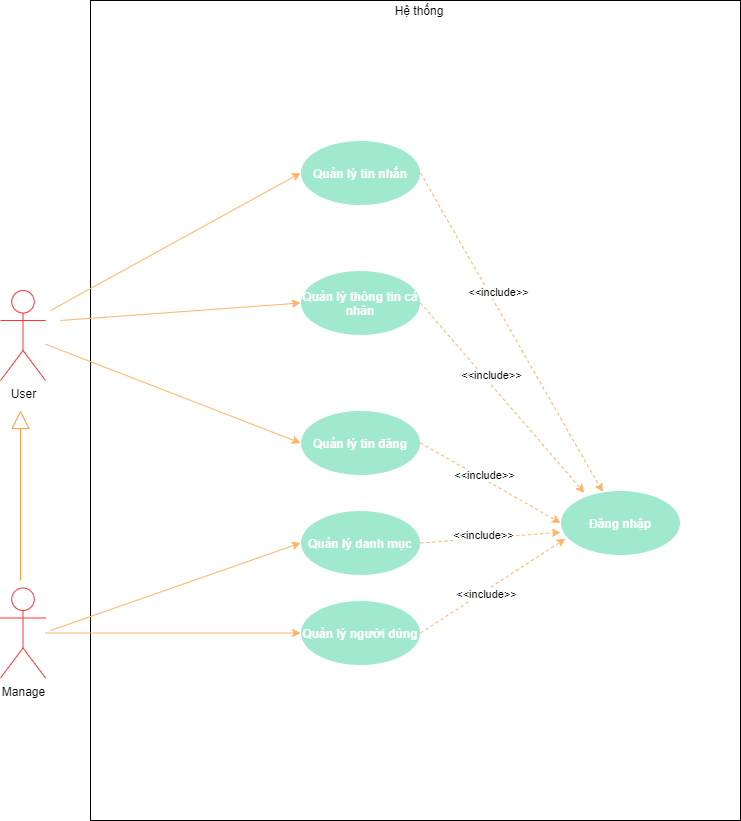
The draw.io diagram IMAGE/USERCASESYSTEM.png in datmeo186305/DATN, before a commit. Source tidied: cells renumbered, new cells last; positions are measured from the earlier drawing's top-left corner, leaving out a move shared by most shapes. The source it was exported from:
```xml
<mxGraphModel>
  <root>
    <mxCell id="0" />
    <mxCell id="1" parent="0" />
    <mxCell id="2" style="rounded=0;whiteSpace=wrap;html=1;fillColor=none;" parent="1" vertex="1">
      <mxGeometry x="90" width="650" height="820" as="geometry" />
    </mxCell>
    <mxCell id="3" value="User" style="shape=umlActor;verticalLabelPosition=bottom;labelBackgroundColor=#ffffff;verticalAlign=top;html=1;outlineConnect=0;strokeColor=#FF3333;" parent="1" vertex="1">
      <mxGeometry y="290" width="45" height="90" as="geometry" />
    </mxCell>
    <mxCell id="4" value="Manage" style="shape=umlActor;verticalLabelPosition=bottom;labelBackgroundColor=#ffffff;verticalAlign=top;html=1;outlineConnect=0;strokeColor=#FF3333;" parent="1" vertex="1">
      <mxGeometry y="587.5" width="45" height="90" as="geometry" />
    </mxCell>
    <mxCell id="5" value="&lt;font color=&quot;#ffffff&quot;&gt;&lt;b&gt;Đăng nhập&lt;br&gt;&lt;/b&gt;&lt;/font&gt;" style="ellipse;whiteSpace=wrap;html=1;strokeColor=#FFFFFF;fillColor=#A0E8CE;" parent="1" vertex="1">
      <mxGeometry x="560" y="490" width="120" height="65" as="geometry" />
    </mxCell>
    <mxCell id="6" value="&lt;font color=&quot;#ffffff&quot;&gt;&lt;b&gt;Quản lý tin đăng&lt;br&gt;&lt;/b&gt;&lt;/font&gt;" style="ellipse;whiteSpace=wrap;html=1;strokeColor=#FFFFFF;fillColor=#A0E8CE;" parent="1" vertex="1">
      <mxGeometry x="300" y="410" width="120" height="65" as="geometry" />
    </mxCell>
    <mxCell id="7" value="&lt;font color=&quot;#ffffff&quot;&gt;&lt;b&gt;Quản lý danh mục&lt;/b&gt;&lt;/font&gt;" style="ellipse;whiteSpace=wrap;html=1;strokeColor=#FFFFFF;fillColor=#A0E8CE;" parent="1" vertex="1">
      <mxGeometry x="300" y="510" width="120" height="65" as="geometry" />
    </mxCell>
    <mxCell id="8" value="&lt;font color=&quot;#ffffff&quot;&gt;&lt;b&gt;Quản lý người dùng&lt;/b&gt;&lt;/font&gt;" style="ellipse;whiteSpace=wrap;html=1;strokeColor=#FFFFFF;fillColor=#A0E8CE;" parent="1" vertex="1">
      <mxGeometry x="300" y="600" width="120" height="65" as="geometry" />
    </mxCell>
    <mxCell id="9" style="endArrow=classic;html=1;entryX=0;entryY=0.5;entryDx=0;entryDy=0;strokeColor=#FFB366;" parent="1" edge="1" source="3" target="6">
      <mxGeometry relative="1" as="geometry" />
    </mxCell>
    <mxCell id="10" style="endArrow=classic;html=1;entryX=0;entryY=0.5;entryDx=0;entryDy=0;strokeColor=#FFB366;" parent="1" edge="1" target="7">
      <mxGeometry relative="1" as="geometry">
        <mxPoint x="50" y="630" as="sourcePoint" />
      </mxGeometry>
    </mxCell>
    <mxCell id="11" style="endArrow=classic;html=1;entryX=0;entryY=0.5;entryDx=0;entryDy=0;strokeColor=#FFB366;" parent="1" edge="1" source="4" target="8">
      <mxGeometry relative="1" as="geometry" />
    </mxCell>
    <mxCell id="12" style="endArrow=block;endSize=16;endFill=0;html=1;strokeColor=#FF9933;" parent="1" edge="1">
      <mxGeometry relative="1" as="geometry">
        <mxPoint x="20" y="580" as="sourcePoint" />
        <mxPoint x="20" y="410" as="targetPoint" />
      </mxGeometry>
    </mxCell>
    <mxCell id="13" style="endArrow=classic;html=1;strokeColor=#FFB366;exitX=1;exitY=0.5;exitDx=0;exitDy=0;entryX=0;entryY=0.5;entryDx=0;entryDy=0;dashed=1;" parent="1" edge="1" source="6" target="5">
      <mxGeometry relative="1" as="geometry" />
    </mxCell>
    <mxCell id="14" value="&amp;lt;&amp;lt;include&amp;gt;&amp;gt;" style="edgeLabel;html=1;align=center;verticalAlign=middle;" parent="13" vertex="1">
      <mxGeometry x="-0.26" y="-4" relative="1" as="geometry">
        <mxPoint x="13.1" y="-1" as="offset" />
      </mxGeometry>
    </mxCell>
    <mxCell id="15" style="endArrow=classic;html=1;strokeColor=#FFB366;exitX=1;exitY=0.5;exitDx=0;exitDy=0;entryX=0;entryY=0.643;entryDx=0;entryDy=0;dashed=1;entryPerimeter=0;" parent="1" edge="1" source="7" target="5">
      <mxGeometry relative="1" as="geometry" />
    </mxCell>
    <mxCell id="16" value="&amp;lt;&amp;lt;include&amp;gt;&amp;gt;" style="edgeLabel;html=1;align=center;verticalAlign=middle;" parent="15" vertex="1">
      <mxGeometry x="-0.26" y="-4" relative="1" as="geometry">
        <mxPoint x="10" y="-7.6" as="offset" />
      </mxGeometry>
    </mxCell>
    <mxCell id="17" style="endArrow=classic;html=1;strokeColor=#FFB366;exitX=1;exitY=0.5;exitDx=0;exitDy=0;entryX=0.04;entryY=0.742;entryDx=0;entryDy=0;dashed=1;entryPerimeter=0;" parent="1" edge="1" source="8" target="5">
      <mxGeometry relative="1" as="geometry" />
    </mxCell>
    <mxCell id="18" value="&amp;lt;&amp;lt;include&amp;gt;&amp;gt;" style="edgeLabel;html=1;align=center;verticalAlign=middle;" parent="17" vertex="1">
      <mxGeometry x="-0.26" y="-4" relative="1" as="geometry">
        <mxPoint x="10" y="-7.6" as="offset" />
      </mxGeometry>
    </mxCell>
    <mxCell id="19" value="&lt;font color=&quot;#ffffff&quot;&gt;&lt;b&gt;Quản lý thông tin cá nhân&lt;/b&gt;&lt;/font&gt;" style="ellipse;whiteSpace=wrap;html=1;strokeColor=#FFFFFF;fillColor=#A0E8CE;" parent="1" vertex="1">
      <mxGeometry x="300" y="270" width="120" height="65" as="geometry" />
    </mxCell>
    <mxCell id="20" style="endArrow=classic;html=1;entryX=0;entryY=0.5;entryDx=0;entryDy=0;strokeColor=#FFB366;" parent="1" edge="1" target="19">
      <mxGeometry relative="1" as="geometry">
        <mxPoint x="60" y="320" as="sourcePoint" />
      </mxGeometry>
    </mxCell>
    <mxCell id="21" value="&lt;font color=&quot;#ffffff&quot;&gt;&lt;b&gt;Quản lý tin nhắn&lt;/b&gt;&lt;/font&gt;" style="ellipse;whiteSpace=wrap;html=1;strokeColor=#FFFFFF;fillColor=#A0E8CE;" parent="1" vertex="1">
      <mxGeometry x="300" y="140" width="120" height="65" as="geometry" />
    </mxCell>
    <mxCell id="22" style="endArrow=classic;html=1;entryX=0;entryY=0.5;entryDx=0;entryDy=0;strokeColor=#FFB366;" parent="1" edge="1" target="21">
      <mxGeometry relative="1" as="geometry">
        <mxPoint x="50" y="310" as="sourcePoint" />
      </mxGeometry>
    </mxCell>
    <mxCell id="23" style="endArrow=classic;html=1;strokeColor=#FFB366;exitX=1;exitY=0.5;exitDx=0;exitDy=0;dashed=1;" parent="1" edge="1" source="21" target="5">
      <mxGeometry relative="1" as="geometry" />
    </mxCell>
    <mxCell id="24" value="&amp;lt;&amp;lt;include&amp;gt;&amp;gt;" style="edgeLabel;html=1;align=center;verticalAlign=middle;" parent="23" vertex="1">
      <mxGeometry x="-0.26" y="-4" relative="1" as="geometry">
        <mxPoint x="13.1" y="-1" as="offset" />
      </mxGeometry>
    </mxCell>
    <mxCell id="25" style="endArrow=classic;html=1;strokeColor=#FFB366;exitX=1;exitY=0.5;exitDx=0;exitDy=0;dashed=1;entryX=0.198;entryY=0.035;entryDx=0;entryDy=0;entryPerimeter=0;" parent="1" edge="1" source="19" target="5">
      <mxGeometry relative="1" as="geometry" />
    </mxCell>
    <mxCell id="26" value="&amp;lt;&amp;lt;include&amp;gt;&amp;gt;" style="edgeLabel;html=1;align=center;verticalAlign=middle;" parent="25" vertex="1">
      <mxGeometry x="-0.26" y="-4" relative="1" as="geometry">
        <mxPoint x="13.1" y="-1" as="offset" />
      </mxGeometry>
    </mxCell>
    <mxCell id="27" value="Hệ thống" style="text;html=1;strokeColor=none;fillColor=none;align=center;verticalAlign=middle;whiteSpace=wrap;rounded=0;" parent="1" vertex="1">
      <mxGeometry x="374" width="90" height="20" as="geometry" />
    </mxCell>
  </root>
</mxGraphModel>
```
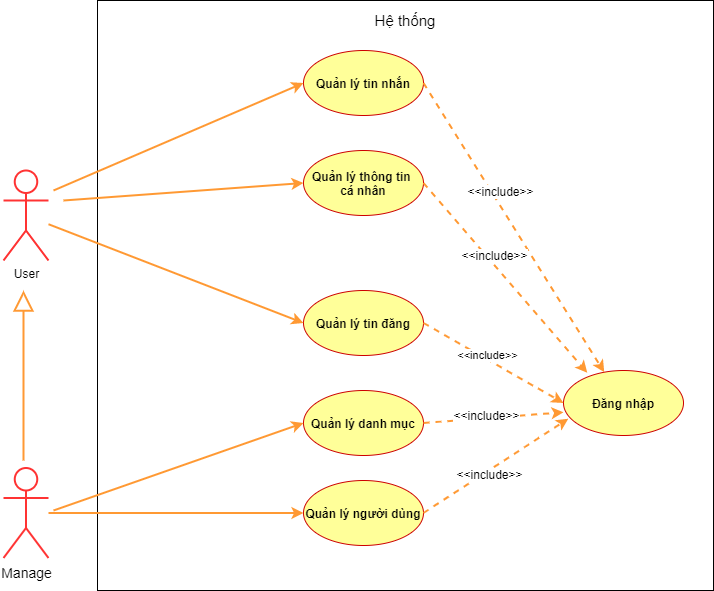
The same diagram one commit later.

The edit, as a diff of the source:
```diff
@@ -3,44 +3,44 @@
     <mxCell id="0" />
     <mxCell id="1" parent="0" />
     <mxCell id="2" style="rounded=0;whiteSpace=wrap;html=1;fillColor=none;" parent="1" vertex="1">
-      <mxGeometry x="90" width="650" height="820" as="geometry" />
+      <mxGeometry x="94" y="120" width="616" height="590" as="geometry" />
     </mxCell>
-    <mxCell id="3" value="User" style="shape=umlActor;verticalLabelPosition=bottom;labelBackgroundColor=#ffffff;verticalAlign=top;html=1;outlineConnect=0;strokeColor=#FF3333;" parent="1" vertex="1">
+    <mxCell id="3" value="User" style="shape=umlActor;verticalLabelPosition=bottom;labelBackgroundColor=#ffffff;verticalAlign=top;html=1;outlineConnect=0;strokeColor=#FF3333;strokeWidth=2;" parent="1" vertex="1">
       <mxGeometry y="290" width="45" height="90" as="geometry" />
     </mxCell>
-    <mxCell id="4" value="Manage" style="shape=umlActor;verticalLabelPosition=bottom;labelBackgroundColor=#ffffff;verticalAlign=top;html=1;outlineConnect=0;strokeColor=#FF3333;" parent="1" vertex="1">
+    <mxCell id="4" value="&lt;font style=&quot;font-size: 14px&quot;&gt;Manage&lt;/font&gt;" style="shape=umlActor;verticalLabelPosition=bottom;labelBackgroundColor=#ffffff;verticalAlign=top;html=1;outlineConnect=0;strokeColor=#FF3333;strokeWidth=2;" parent="1" vertex="1">
       <mxGeometry y="587.5" width="45" height="90" as="geometry" />
     </mxCell>
-    <mxCell id="5" value="&lt;font color=&quot;#ffffff&quot;&gt;&lt;b&gt;Đăng nhập&lt;br&gt;&lt;/b&gt;&lt;/font&gt;" style="ellipse;whiteSpace=wrap;html=1;strokeColor=#FFFFFF;fillColor=#A0E8CE;" parent="1" vertex="1">
+    <mxCell id="5" value="&lt;b&gt;Đăng nhập&lt;br&gt;&lt;/b&gt;" style="ellipse;whiteSpace=wrap;html=1;fillColor=#FFFF99;strokeColor=#CC0000;" parent="1" vertex="1">
       <mxGeometry x="560" y="490" width="120" height="65" as="geometry" />
     </mxCell>
-    <mxCell id="6" value="&lt;font color=&quot;#ffffff&quot;&gt;&lt;b&gt;Quản lý tin đăng&lt;br&gt;&lt;/b&gt;&lt;/font&gt;" style="ellipse;whiteSpace=wrap;html=1;strokeColor=#FFFFFF;fillColor=#A0E8CE;" parent="1" vertex="1">
+    <mxCell id="6" value="&lt;b&gt;Quản lý tin đăng&lt;br&gt;&lt;/b&gt;" style="ellipse;whiteSpace=wrap;html=1;fillColor=#FFFF99;strokeColor=#CC0000;" parent="1" vertex="1">
       <mxGeometry x="300" y="410" width="120" height="65" as="geometry" />
     </mxCell>
-    <mxCell id="7" value="&lt;font color=&quot;#ffffff&quot;&gt;&lt;b&gt;Quản lý danh mục&lt;/b&gt;&lt;/font&gt;" style="ellipse;whiteSpace=wrap;html=1;strokeColor=#FFFFFF;fillColor=#A0E8CE;" parent="1" vertex="1">
+    <mxCell id="7" value="&lt;b&gt;Quản lý danh mục&lt;/b&gt;" style="ellipse;whiteSpace=wrap;html=1;fillColor=#FFFF99;strokeColor=#CC0000;" parent="1" vertex="1">
       <mxGeometry x="300" y="510" width="120" height="65" as="geometry" />
     </mxCell>
-    <mxCell id="8" value="&lt;font color=&quot;#ffffff&quot;&gt;&lt;b&gt;Quản lý người dùng&lt;/b&gt;&lt;/font&gt;" style="ellipse;whiteSpace=wrap;html=1;strokeColor=#FFFFFF;fillColor=#A0E8CE;" parent="1" vertex="1">
+    <mxCell id="8" value="&lt;b&gt;Quản lý người dùng&lt;/b&gt;" style="ellipse;whiteSpace=wrap;html=1;fillColor=#FFFF99;strokeColor=#CC0000;" parent="1" vertex="1">
       <mxGeometry x="300" y="600" width="120" height="65" as="geometry" />
     </mxCell>
-    <mxCell id="9" style="endArrow=classic;html=1;entryX=0;entryY=0.5;entryDx=0;entryDy=0;strokeColor=#FFB366;" parent="1" edge="1" source="3" target="6">
+    <mxCell id="9" style="endArrow=classic;html=1;entryX=0;entryY=0.5;entryDx=0;entryDy=0;strokeWidth=2;strokeColor=#FF9933;" parent="1" edge="1" source="3" target="6">
       <mxGeometry relative="1" as="geometry" />
     </mxCell>
-    <mxCell id="10" style="endArrow=classic;html=1;entryX=0;entryY=0.5;entryDx=0;entryDy=0;strokeColor=#FFB366;" parent="1" edge="1" target="7">
+    <mxCell id="10" style="endArrow=classic;html=1;entryX=0;entryY=0.5;entryDx=0;entryDy=0;strokeWidth=2;strokeColor=#FF9933;" parent="1" edge="1" target="7">
       <mxGeometry relative="1" as="geometry">
         <mxPoint x="50" y="630" as="sourcePoint" />
       </mxGeometry>
     </mxCell>
-    <mxCell id="11" style="endArrow=classic;html=1;entryX=0;entryY=0.5;entryDx=0;entryDy=0;strokeColor=#FFB366;" parent="1" edge="1" source="4" target="8">
+    <mxCell id="11" style="endArrow=classic;html=1;entryX=0;entryY=0.5;entryDx=0;entryDy=0;strokeWidth=2;strokeColor=#FF9933;" parent="1" edge="1" source="4" target="8">
       <mxGeometry relative="1" as="geometry" />
     </mxCell>
-    <mxCell id="12" style="endArrow=block;endSize=16;endFill=0;html=1;strokeColor=#FF9933;" parent="1" edge="1">
+    <mxCell id="12" style="endArrow=block;endSize=16;endFill=0;html=1;strokeWidth=2;strokeColor=#FF9933;" parent="1" edge="1">
       <mxGeometry relative="1" as="geometry">
         <mxPoint x="20" y="580" as="sourcePoint" />
         <mxPoint x="20" y="410" as="targetPoint" />
       </mxGeometry>
     </mxCell>
-    <mxCell id="13" style="endArrow=classic;html=1;strokeColor=#FFB366;exitX=1;exitY=0.5;exitDx=0;exitDy=0;entryX=0;entryY=0.5;entryDx=0;entryDy=0;dashed=1;" parent="1" edge="1" source="6" target="5">
+    <mxCell id="13" style="endArrow=classic;html=1;exitX=1;exitY=0.5;exitDx=0;exitDy=0;entryX=0;entryY=0.5;entryDx=0;entryDy=0;dashed=1;strokeWidth=2;strokeColor=#FF9933;" parent="1" edge="1" source="6" target="5">
       <mxGeometry relative="1" as="geometry" />
     </mxCell>
     <mxCell id="14" value="&amp;lt;&amp;lt;include&amp;gt;&amp;gt;" style="edgeLabel;html=1;align=center;verticalAlign=middle;" parent="13" vertex="1">
@@ -48,56 +48,56 @@
         <mxPoint x="13.1" y="-1" as="offset" />
       </mxGeometry>
     </mxCell>
-    <mxCell id="15" style="endArrow=classic;html=1;strokeColor=#FFB366;exitX=1;exitY=0.5;exitDx=0;exitDy=0;entryX=0;entryY=0.643;entryDx=0;entryDy=0;dashed=1;entryPerimeter=0;" parent="1" edge="1" source="7" target="5">
+    <mxCell id="15" style="endArrow=classic;html=1;exitX=1;exitY=0.5;exitDx=0;exitDy=0;entryX=0;entryY=0.643;entryDx=0;entryDy=0;dashed=1;entryPerimeter=0;strokeWidth=2;strokeColor=#FF9933;" parent="1" edge="1" source="7" target="5">
       <mxGeometry relative="1" as="geometry" />
     </mxCell>
-    <mxCell id="16" value="&amp;lt;&amp;lt;include&amp;gt;&amp;gt;" style="edgeLabel;html=1;align=center;verticalAlign=middle;" parent="15" vertex="1">
+    <mxCell id="16" value="&lt;font style=&quot;font-size: 12px&quot;&gt;&amp;lt;&amp;lt;include&amp;gt;&amp;gt;&lt;/font&gt;" style="edgeLabel;html=1;align=center;verticalAlign=middle;" parent="15" vertex="1">
       <mxGeometry x="-0.26" y="-4" relative="1" as="geometry">
         <mxPoint x="10" y="-7.6" as="offset" />
       </mxGeometry>
     </mxCell>
-    <mxCell id="17" style="endArrow=classic;html=1;strokeColor=#FFB366;exitX=1;exitY=0.5;exitDx=0;exitDy=0;entryX=0.04;entryY=0.742;entryDx=0;entryDy=0;dashed=1;entryPerimeter=0;" parent="1" edge="1" source="8" target="5">
+    <mxCell id="17" style="endArrow=classic;html=1;exitX=1;exitY=0.5;exitDx=0;exitDy=0;entryX=0.04;entryY=0.742;entryDx=0;entryDy=0;dashed=1;entryPerimeter=0;strokeWidth=2;strokeColor=#FF9933;" parent="1" edge="1" source="8" target="5">
       <mxGeometry relative="1" as="geometry" />
     </mxCell>
-    <mxCell id="18" value="&amp;lt;&amp;lt;include&amp;gt;&amp;gt;" style="edgeLabel;html=1;align=center;verticalAlign=middle;" parent="17" vertex="1">
+    <mxCell id="18" value="&lt;font style=&quot;font-size: 12px&quot;&gt;&amp;lt;&amp;lt;include&amp;gt;&amp;gt;&lt;/font&gt;" style="edgeLabel;html=1;align=center;verticalAlign=middle;" parent="17" vertex="1">
       <mxGeometry x="-0.26" y="-4" relative="1" as="geometry">
         <mxPoint x="10" y="-7.6" as="offset" />
       </mxGeometry>
     </mxCell>
-    <mxCell id="19" value="&lt;font color=&quot;#ffffff&quot;&gt;&lt;b&gt;Quản lý thông tin cá nhân&lt;/b&gt;&lt;/font&gt;" style="ellipse;whiteSpace=wrap;html=1;strokeColor=#FFFFFF;fillColor=#A0E8CE;" parent="1" vertex="1">
+    <mxCell id="19" value="&lt;b&gt;Quản lý thông tin &lt;br&gt;cá nhân&lt;/b&gt;" style="ellipse;whiteSpace=wrap;html=1;fillColor=#FFFF99;strokeColor=#CC0000;" parent="1" vertex="1">
       <mxGeometry x="300" y="270" width="120" height="65" as="geometry" />
     </mxCell>
-    <mxCell id="20" style="endArrow=classic;html=1;entryX=0;entryY=0.5;entryDx=0;entryDy=0;strokeColor=#FFB366;" parent="1" edge="1" target="19">
+    <mxCell id="20" style="endArrow=classic;html=1;entryX=0;entryY=0.5;entryDx=0;entryDy=0;strokeWidth=2;strokeColor=#FF9933;" parent="1" edge="1" target="19">
       <mxGeometry relative="1" as="geometry">
         <mxPoint x="60" y="320" as="sourcePoint" />
       </mxGeometry>
     </mxCell>
-    <mxCell id="21" value="&lt;font color=&quot;#ffffff&quot;&gt;&lt;b&gt;Quản lý tin nhắn&lt;/b&gt;&lt;/font&gt;" style="ellipse;whiteSpace=wrap;html=1;strokeColor=#FFFFFF;fillColor=#A0E8CE;" parent="1" vertex="1">
-      <mxGeometry x="300" y="140" width="120" height="65" as="geometry" />
+    <mxCell id="21" value="&lt;b&gt;Quản lý tin nhắn&lt;/b&gt;" style="ellipse;whiteSpace=wrap;html=1;fillColor=#FFFF99;strokeColor=#CC0000;" parent="1" vertex="1">
+      <mxGeometry x="300" y="170" width="120" height="65" as="geometry" />
     </mxCell>
-    <mxCell id="22" style="endArrow=classic;html=1;entryX=0;entryY=0.5;entryDx=0;entryDy=0;strokeColor=#FFB366;" parent="1" edge="1" target="21">
+    <mxCell id="22" style="endArrow=classic;html=1;entryX=0;entryY=0.5;entryDx=0;entryDy=0;strokeWidth=2;strokeColor=#FF9933;" parent="1" edge="1" target="21">
       <mxGeometry relative="1" as="geometry">
         <mxPoint x="50" y="310" as="sourcePoint" />
       </mxGeometry>
     </mxCell>
-    <mxCell id="23" style="endArrow=classic;html=1;strokeColor=#FFB366;exitX=1;exitY=0.5;exitDx=0;exitDy=0;dashed=1;" parent="1" edge="1" source="21" target="5">
+    <mxCell id="23" style="endArrow=classic;html=1;exitX=1;exitY=0.5;exitDx=0;exitDy=0;dashed=1;strokeWidth=2;strokeColor=#FF9933;" parent="1" edge="1" source="21" target="5">
       <mxGeometry relative="1" as="geometry" />
     </mxCell>
-    <mxCell id="24" value="&amp;lt;&amp;lt;include&amp;gt;&amp;gt;" style="edgeLabel;html=1;align=center;verticalAlign=middle;" parent="23" vertex="1">
+    <mxCell id="24" value="&lt;font style=&quot;font-size: 12px&quot;&gt;&amp;lt;&amp;lt;include&amp;gt;&amp;gt;&lt;/font&gt;" style="edgeLabel;html=1;align=center;verticalAlign=middle;" parent="23" vertex="1">
       <mxGeometry x="-0.26" y="-4" relative="1" as="geometry">
         <mxPoint x="13.1" y="-1" as="offset" />
       </mxGeometry>
     </mxCell>
-    <mxCell id="25" style="endArrow=classic;html=1;strokeColor=#FFB366;exitX=1;exitY=0.5;exitDx=0;exitDy=0;dashed=1;entryX=0.198;entryY=0.035;entryDx=0;entryDy=0;entryPerimeter=0;" parent="1" edge="1" source="19" target="5">
+    <mxCell id="25" style="endArrow=classic;html=1;exitX=1;exitY=0.5;exitDx=0;exitDy=0;dashed=1;entryX=0.198;entryY=0.035;entryDx=0;entryDy=0;entryPerimeter=0;strokeWidth=2;strokeColor=#FF9933;" parent="1" edge="1" source="19" target="5">
       <mxGeometry relative="1" as="geometry" />
     </mxCell>
-    <mxCell id="26" value="&amp;lt;&amp;lt;include&amp;gt;&amp;gt;" style="edgeLabel;html=1;align=center;verticalAlign=middle;" parent="25" vertex="1">
+    <mxCell id="26" value="&lt;font style=&quot;font-size: 12px&quot;&gt;&amp;lt;&amp;lt;include&amp;gt;&amp;gt;&lt;/font&gt;" style="edgeLabel;html=1;align=center;verticalAlign=middle;" parent="25" vertex="1">
       <mxGeometry x="-0.26" y="-4" relative="1" as="geometry">
         <mxPoint x="13.1" y="-1" as="offset" />
       </mxGeometry>
     </mxCell>
-    <mxCell id="27" value="Hệ thống" style="text;html=1;strokeColor=none;fillColor=none;align=center;verticalAlign=middle;whiteSpace=wrap;rounded=0;" parent="1" vertex="1">
-      <mxGeometry x="374" width="90" height="20" as="geometry" />
+    <mxCell id="27" value="&lt;font style=&quot;font-size: 15px&quot;&gt;Hệ thống&lt;/font&gt;" style="text;html=1;strokeColor=none;fillColor=none;align=center;verticalAlign=middle;whiteSpace=wrap;rounded=0;" parent="1" vertex="1">
+      <mxGeometry x="357" y="120" width="90" height="40" as="geometry" />
     </mxCell>
   </root>
 </mxGraphModel>
```
